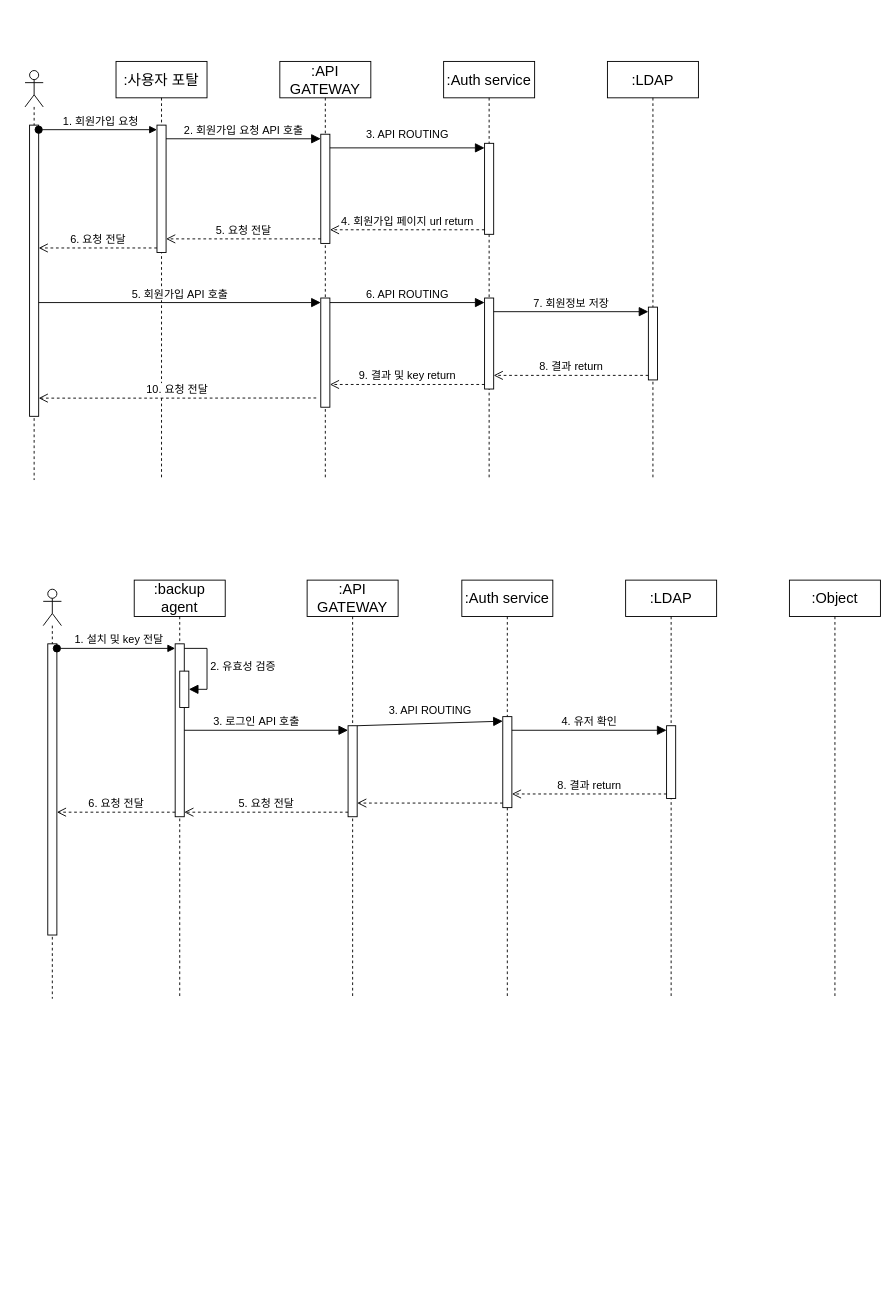
Before: 제목 없는 다이어그램.drawio in HeyItsSPOON/Storage, a draw.io diagram. Source tidied: cells renumbered, new cells numbered last; positions are measured from the earlier drawing's top-left corner, leaving out a move shared by most shapes. Both pictures are drawn from the tidied source at 91%, with x=0, y=0 at pixel (25, 61).
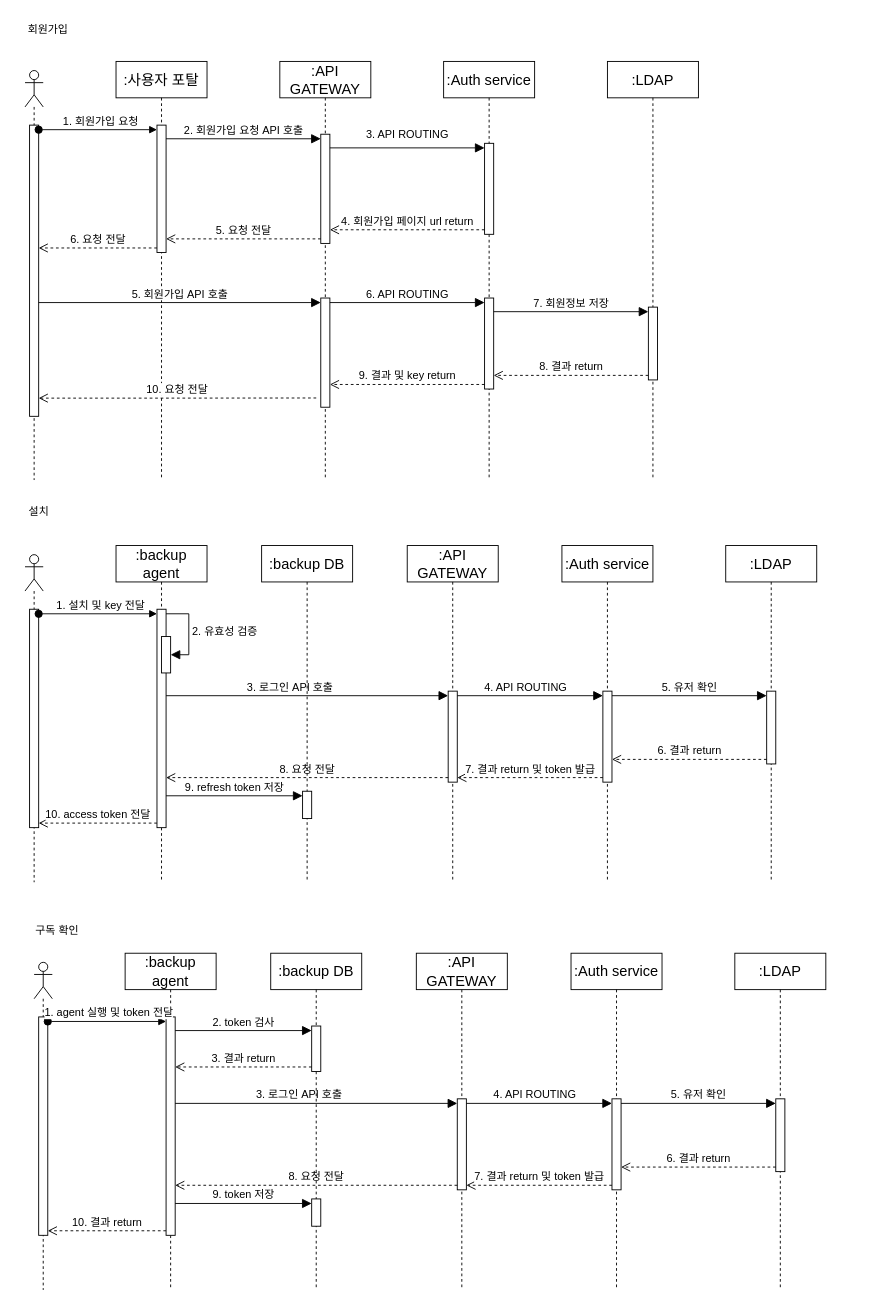
Above is the later version.

Commit message (it also covers changes not shown here):
제목 없는 다이어그램.drawio 업데이트

Unchanged cells that the change refers to:
```xml
<mxCell id="33" style="html=1;points=[[0,0,0,0,5],[0,1,0,0,-5],[1,0,0,0,5],[1,1,0,0,-5]];perimeter=orthogonalPerimeter;outlineConnect=0;targetShapes=umlLifeline;portConstraint=eastwest;newEdgeStyle={&quot;curved&quot;:0,&quot;rounded&quot;:0};fontSize=16;" parent="32" vertex="1">
  <mxGeometry x="45" y="160" width="10" height="100" as="geometry" />
</mxCell>
<mxCell id="37" style="html=1;points=[[0,0,0,0,5],[0,1,0,0,-5],[1,0,0,0,5],[1,1,0,0,-5]];perimeter=orthogonalPerimeter;outlineConnect=0;targetShapes=umlLifeline;portConstraint=eastwest;newEdgeStyle={&quot;curved&quot;:0,&quot;rounded&quot;:0};fontSize=16;" parent="36" vertex="1">
  <mxGeometry x="45" y="160" width="10" height="80" as="geometry" />
</mxCell>
```

What changed in the source:
```diff
@@
     <mxCell id="26" style="shape=umlLifeline;perimeter=lifelinePerimeter;whiteSpace=wrap;html=1;newEdgeStyle={&quot;curved&quot;:0,&quot;rounded&quot;:0};participant=umlActor;fontSize=16;" parent="1" vertex="1">
-      <mxGeometry x="20" y="580" width="20" height="450" as="geometry" />
+      <mxGeometry y="542" width="20" height="360" as="geometry" />
     </mxCell>
     <mxCell id="27" style="html=1;points=[[0,0,0,0,5],[0,1,0,0,-5],[1,0,0,0,5],[1,1,0,0,-5]];perimeter=orthogonalPerimeter;outlineConnect=0;targetShapes=umlLifeline;portConstraint=eastwest;newEdgeStyle={&quot;curved&quot;:0,&quot;rounded&quot;:0};fontSize=16;" parent="26" vertex="1">
-      <mxGeometry x="5" y="60" width="10" height="320" as="geometry" />
+      <mxGeometry x="5" y="60" width="10" height="240" as="geometry" />
     </mxCell>
     <mxCell id="28" value=":backup agent" style="shape=umlLifeline;perimeter=lifelinePerimeter;whiteSpace=wrap;html=1;newEdgeStyle={&quot;curved&quot;:0,&quot;rounded&quot;:0};fontSize=16;" parent="1" vertex="1">
-      <mxGeometry x="120" y="570" width="100" height="460" as="geometry" />
+      <mxGeometry x="100" y="532" width="100" height="370" as="geometry" />
     </mxCell>
     <mxCell id="29" style="html=1;points=[[0,0,0,0,5],[0,1,0,0,-5],[1,0,0,0,5],[1,1,0,0,-5]];perimeter=orthogonalPerimeter;outlineConnect=0;targetShapes=umlLifeline;portConstraint=eastwest;newEdgeStyle={&quot;curved&quot;:0,&quot;rounded&quot;:0};fontSize=16;" parent="28" vertex="1">
-      <mxGeometry x="45" y="70" width="10" height="190" as="geometry" />
+      <mxGeometry x="45" y="70" width="10" height="240" as="geometry" />
     </mxCell>
@@
     <mxCell id="32" value=":API GATEWAY" style="shape=umlLifeline;perimeter=lifelinePerimeter;whiteSpace=wrap;html=1;newEdgeStyle={&quot;curved&quot;:0,&quot;rounded&quot;:0};fontSize=16;" parent="1" vertex="1">
-      <mxGeometry x="310" y="570" width="100" height="460" as="geometry" />
+      <mxGeometry x="420" y="532" width="100" height="370" as="geometry" />
     </mxCell>
@@
     <mxCell id="34" value=":Auth service" style="shape=umlLifeline;perimeter=lifelinePerimeter;whiteSpace=wrap;html=1;newEdgeStyle={&quot;curved&quot;:0,&quot;rounded&quot;:0};fontSize=16;" parent="1" vertex="1">
-      <mxGeometry x="480" y="570" width="100" height="460" as="geometry" />
+      <mxGeometry x="590" y="532" width="100" height="370" as="geometry" />
     </mxCell>
     <mxCell id="35" style="html=1;points=[[0,0,0,0,5],[0,1,0,0,-5],[1,0,0,0,5],[1,1,0,0,-5]];perimeter=orthogonalPerimeter;outlineConnect=0;targetShapes=umlLifeline;portConstraint=eastwest;newEdgeStyle={&quot;curved&quot;:0,&quot;rounded&quot;:0};fontSize=16;" parent="34" vertex="1">
-      <mxGeometry x="45" y="150" width="10" height="100" as="geometry" />
+      <mxGeometry x="45" y="160" width="10" height="100" as="geometry" />
     </mxCell>
     <mxCell id="36" value=":LDAP" style="shape=umlLifeline;perimeter=lifelinePerimeter;whiteSpace=wrap;html=1;newEdgeStyle={&quot;curved&quot;:0,&quot;rounded&quot;:0};fontSize=16;" parent="1" vertex="1">
-      <mxGeometry x="660" y="570" width="100" height="460" as="geometry" />
+      <mxGeometry x="770" y="532" width="100" height="370" as="geometry" />
     </mxCell>
@@
-    <mxCell id="40" value="3. API ROUTING" style="html=1;verticalAlign=bottom;endArrow=block;curved=0;rounded=0;entryX=0;entryY=0;entryDx=0;entryDy=5;fontSize=12;startSize=8;endSize=8;" parent="1" edge="1" source="33" target="35">
-      <mxGeometry y="5" relative="1" as="geometry" />
+    <mxCell id="40" value="4. API ROUTING" style="html=1;verticalAlign=bottom;endArrow=block;curved=0;rounded=0;entryX=0;entryY=0;entryDx=0;entryDy=5;fontSize=12;startSize=8;endSize=8;" parent="1" edge="1" source="33" target="35">
+      <mxGeometry x="-0.06" relative="1" as="geometry" />
     </mxCell>
-    <mxCell id="41" value="4. 유저 확인" style="html=1;verticalAlign=bottom;endArrow=block;curved=0;rounded=0;entryX=0;entryY=0;entryDx=0;entryDy=5;fontSize=12;startSize=8;endSize=8;" parent="1" edge="1" target="37">
+    <mxCell id="41" value="5. 유저 확인" style="html=1;verticalAlign=bottom;endArrow=block;curved=0;rounded=0;entryX=0;entryY=0;entryDx=0;entryDy=5;fontSize=12;startSize=8;endSize=8;" parent="1" edge="1" target="37">
       <mxGeometry relative="1" as="geometry">
-        <mxPoint x="535" y="735" as="sourcePoint" />
+        <mxPoint x="645" y="697" as="sourcePoint" />
       </mxGeometry>
     </mxCell>
-    <mxCell id="42" value="5. 요청 전달" style="html=1;verticalAlign=bottom;endArrow=open;dashed=1;endSize=8;curved=0;rounded=0;fontSize=12;exitX=0;exitY=1;exitDx=0;exitDy=-5;exitPerimeter=0;" parent="1" edge="1" source="33" target="29">
+    <mxCell id="42" value="8. 요청 전달" style="html=1;verticalAlign=bottom;endArrow=open;dashed=1;endSize=8;curved=0;rounded=0;fontSize=12;exitX=0;exitY=1;exitDx=0;exitDy=-5;exitPerimeter=0;" parent="1" edge="1" source="33" target="29">
       <mxGeometry relative="1" as="geometry" />
     </mxCell>
-    <mxCell id="43" value="6. 요청 전달" style="html=1;verticalAlign=bottom;endArrow=open;dashed=1;endSize=8;curved=0;rounded=0;fontSize=12;exitX=0;exitY=1;exitDx=0;exitDy=-5;exitPerimeter=0;" parent="1" edge="1" source="29" target="27">
+    <mxCell id="43" value="10. access token 전달" style="html=1;verticalAlign=bottom;endArrow=open;dashed=1;endSize=8;curved=0;rounded=0;fontSize=12;exitX=0;exitY=1;exitDx=0;exitDy=-5;exitPerimeter=0;" parent="1" edge="1" source="29" target="27">
       <mxGeometry relative="1" as="geometry" />
     </mxCell>
+    <mxCell id="45" value="6. 결과 return" style="html=1;verticalAlign=bottom;endArrow=open;dashed=1;endSize=8;curved=0;rounded=0;fontSize=12;exitX=0;exitY=1;exitDx=0;exitDy=-5;exitPerimeter=0;" parent="1" edge="1" source="37" target="35">
+      <mxGeometry relative="1" as="geometry" />
+    </mxCell>
-    <mxCell id="44" style="html=1;verticalAlign=bottom;endArrow=open;dashed=1;endSize=8;curved=0;rounded=0;fontSize=12;exitX=0;exitY=1;exitDx=0;exitDy=-5;exitPerimeter=0;" parent="1" edge="1" source="35" target="33">
+    <mxCell id="44" value="7. 결과 return 및 token 발급" style="html=1;verticalAlign=bottom;endArrow=open;dashed=1;endSize=8;curved=0;rounded=0;fontSize=12;exitX=0;exitY=1;exitDx=0;exitDy=-5;exitPerimeter=0;entryX=1;entryY=1;entryDx=0;entryDy=-5;entryPerimeter=0;" parent="1" edge="1" source="35" target="33">
       <mxGeometry relative="1" as="geometry" />
     </mxCell>
-    <mxCell id="45" value="8. 결과 return" style="html=1;verticalAlign=bottom;endArrow=open;dashed=1;endSize=8;curved=0;rounded=0;fontSize=12;exitX=0;exitY=1;exitDx=0;exitDy=-5;exitPerimeter=0;" parent="1" edge="1" source="37" target="35">
-      <mxGeometry relative="1" as="geometry" />
-    </mxCell>
-    <mxCell id="46" value=":Object" style="shape=umlLifeline;perimeter=lifelinePerimeter;whiteSpace=wrap;html=1;newEdgeStyle={&quot;curved&quot;:0,&quot;rounded&quot;:0};fontSize=16;" parent="1" vertex="1">
-      <mxGeometry x="840" y="570" width="100" height="460" as="geometry" />
-    </mxCell>
+    <mxCell id="47" value="회원가입" style="text;html=1;align=center;verticalAlign=middle;strokeColor=none;fillColor=none;" parent="1" vertex="1">
+      <mxGeometry x="-10" y="-50" width="70" height="30" as="geometry" />
+    </mxCell>
+    <mxCell id="48" value="설치" style="text;html=1;align=center;verticalAlign=middle;strokeColor=none;fillColor=none;" parent="1" vertex="1">
+      <mxGeometry x="-10" y="480" width="50" height="30" as="geometry" />
+    </mxCell>
+    <mxCell id="49" value="구독 확인" style="text;html=1;align=center;verticalAlign=middle;strokeColor=none;fillColor=none;" parent="1" vertex="1">
+      <mxGeometry y="940" width="70" height="30" as="geometry" />
+    </mxCell>
+    <mxCell id="50" value=":backup DB" style="shape=umlLifeline;perimeter=lifelinePerimeter;whiteSpace=wrap;html=1;newEdgeStyle={&quot;curved&quot;:0,&quot;rounded&quot;:0};fontSize=16;" parent="1" vertex="1">
+      <mxGeometry x="260" y="532" width="100" height="370" as="geometry" />
+    </mxCell>
+    <mxCell id="51" style="html=1;points=[[0,0,0,0,5],[0,1,0,0,-5],[1,0,0,0,5],[1,1,0,0,-5]];perimeter=orthogonalPerimeter;outlineConnect=0;targetShapes=umlLifeline;portConstraint=eastwest;newEdgeStyle={&quot;curved&quot;:0,&quot;rounded&quot;:0};fontSize=16;" parent="50" vertex="1">
+      <mxGeometry x="45" y="270" width="10" height="30" as="geometry" />
+    </mxCell>
+    <mxCell id="52" value="9. refresh token 저장" style="html=1;verticalAlign=bottom;endArrow=block;curved=0;rounded=0;entryX=0;entryY=0;entryDx=0;entryDy=5;fontSize=12;startSize=8;endSize=8;entryPerimeter=0;" parent="1" edge="1" source="29" target="51">
+      <mxGeometry relative="1" as="geometry" />
+    </mxCell>
+    <mxCell id="53" style="shape=umlLifeline;perimeter=lifelinePerimeter;whiteSpace=wrap;html=1;newEdgeStyle={&quot;curved&quot;:0,&quot;rounded&quot;:0};participant=umlActor;fontSize=16;" parent="1" vertex="1">
+      <mxGeometry x="10" y="990" width="20" height="360" as="geometry" />
+    </mxCell>
+    <mxCell id="54" style="html=1;points=[[0,0,0,0,5],[0,1,0,0,-5],[1,0,0,0,5],[1,1,0,0,-5]];perimeter=orthogonalPerimeter;outlineConnect=0;targetShapes=umlLifeline;portConstraint=eastwest;newEdgeStyle={&quot;curved&quot;:0,&quot;rounded&quot;:0};fontSize=16;" parent="53" vertex="1">
+      <mxGeometry x="5" y="60" width="10" height="240" as="geometry" />
+    </mxCell>
+    <mxCell id="55" value=":backup agent" style="shape=umlLifeline;perimeter=lifelinePerimeter;whiteSpace=wrap;html=1;newEdgeStyle={&quot;curved&quot;:0,&quot;rounded&quot;:0};fontSize=16;" parent="1" vertex="1">
+      <mxGeometry x="110" y="980" width="100" height="370" as="geometry" />
+    </mxCell>
+    <mxCell id="56" style="html=1;points=[[0,0,0,0,5],[0,1,0,0,-5],[1,0,0,0,5],[1,1,0,0,-5]];perimeter=orthogonalPerimeter;outlineConnect=0;targetShapes=umlLifeline;portConstraint=eastwest;newEdgeStyle={&quot;curved&quot;:0,&quot;rounded&quot;:0};fontSize=16;" parent="55" vertex="1">
+      <mxGeometry x="45" y="70" width="10" height="240" as="geometry" />
+    </mxCell>
+    <mxCell id="57" value=":API GATEWAY" style="shape=umlLifeline;perimeter=lifelinePerimeter;whiteSpace=wrap;html=1;newEdgeStyle={&quot;curved&quot;:0,&quot;rounded&quot;:0};fontSize=16;" parent="1" vertex="1">
+      <mxGeometry x="430" y="980" width="100" height="370" as="geometry" />
+    </mxCell>
+    <mxCell id="58" style="html=1;points=[[0,0,0,0,5],[0,1,0,0,-5],[1,0,0,0,5],[1,1,0,0,-5]];perimeter=orthogonalPerimeter;outlineConnect=0;targetShapes=umlLifeline;portConstraint=eastwest;newEdgeStyle={&quot;curved&quot;:0,&quot;rounded&quot;:0};fontSize=16;" parent="57" vertex="1">
+      <mxGeometry x="45" y="160" width="10" height="100" as="geometry" />
+    </mxCell>
+    <mxCell id="59" value=":Auth service" style="shape=umlLifeline;perimeter=lifelinePerimeter;whiteSpace=wrap;html=1;newEdgeStyle={&quot;curved&quot;:0,&quot;rounded&quot;:0};fontSize=16;" parent="1" vertex="1">
+      <mxGeometry x="600" y="980" width="100" height="370" as="geometry" />
+    </mxCell>
+    <mxCell id="60" style="html=1;points=[[0,0,0,0,5],[0,1,0,0,-5],[1,0,0,0,5],[1,1,0,0,-5]];perimeter=orthogonalPerimeter;outlineConnect=0;targetShapes=umlLifeline;portConstraint=eastwest;newEdgeStyle={&quot;curved&quot;:0,&quot;rounded&quot;:0};fontSize=16;" parent="59" vertex="1">
+      <mxGeometry x="45" y="160" width="10" height="100" as="geometry" />
+    </mxCell>
+    <mxCell id="61" value=":LDAP" style="shape=umlLifeline;perimeter=lifelinePerimeter;whiteSpace=wrap;html=1;newEdgeStyle={&quot;curved&quot;:0,&quot;rounded&quot;:0};fontSize=16;" parent="1" vertex="1">
+      <mxGeometry x="780" y="980" width="100" height="370" as="geometry" />
+    </mxCell>
+    <mxCell id="62" style="html=1;points=[[0,0,0,0,5],[0,1,0,0,-5],[1,0,0,0,5],[1,1,0,0,-5]];perimeter=orthogonalPerimeter;outlineConnect=0;targetShapes=umlLifeline;portConstraint=eastwest;newEdgeStyle={&quot;curved&quot;:0,&quot;rounded&quot;:0};fontSize=16;" parent="61" vertex="1">
+      <mxGeometry x="45" y="160" width="10" height="80" as="geometry" />
+    </mxCell>
+    <mxCell id="63" value="1. agent 실행 및 token 전달" style="html=1;verticalAlign=bottom;startArrow=oval;endArrow=block;startSize=8;curved=0;rounded=0;fontSize=12;exitX=1;exitY=0;exitDx=0;exitDy=5;exitPerimeter=0;entryX=0;entryY=0;entryDx=0;entryDy=5;entryPerimeter=0;" parent="1" edge="1" source="54" target="56">
+      <mxGeometry x="0.03" relative="1" as="geometry" />
+    </mxCell>
+    <mxCell id="64" value="3. 로그인 API 호출" style="html=1;verticalAlign=bottom;endArrow=block;curved=0;rounded=0;fontSize=12;startSize=8;endSize=8;entryX=0;entryY=0;entryDx=0;entryDy=5;entryPerimeter=0;" parent="1" edge="1" source="56" target="58">
+      <mxGeometry x="-0.12" relative="1" as="geometry" />
+    </mxCell>
+    <mxCell id="65" value="4. API ROUTING" style="html=1;verticalAlign=bottom;endArrow=block;curved=0;rounded=0;entryX=0;entryY=0;entryDx=0;entryDy=5;fontSize=12;startSize=8;endSize=8;" parent="1" edge="1" source="58" target="60">
+      <mxGeometry x="-0.06" relative="1" as="geometry" />
+    </mxCell>
+    <mxCell id="66" value="5. 유저 확인" style="html=1;verticalAlign=bottom;endArrow=block;curved=0;rounded=0;entryX=0;entryY=0;entryDx=0;entryDy=5;fontSize=12;startSize=8;endSize=8;" parent="1" edge="1" target="62">
+      <mxGeometry relative="1" as="geometry">
+        <mxPoint x="655" y="1145" as="sourcePoint" />
+      </mxGeometry>
+    </mxCell>
+    <mxCell id="67" value="8. 요청 전달" style="html=1;verticalAlign=bottom;endArrow=open;dashed=1;endSize=8;curved=0;rounded=0;fontSize=12;exitX=0;exitY=1;exitDx=0;exitDy=-5;exitPerimeter=0;" parent="1" edge="1" source="58" target="56">
+      <mxGeometry relative="1" as="geometry" />
+    </mxCell>
+    <mxCell id="68" value="10. 결과 return" style="html=1;verticalAlign=bottom;endArrow=open;dashed=1;endSize=8;curved=0;rounded=0;fontSize=12;exitX=0;exitY=1;exitDx=0;exitDy=-5;exitPerimeter=0;" parent="1" edge="1" source="56" target="54">
+      <mxGeometry relative="1" as="geometry" />
+    </mxCell>
+    <mxCell id="69" value="6. 결과 return" style="html=1;verticalAlign=bottom;endArrow=open;dashed=1;endSize=8;curved=0;rounded=0;fontSize=12;exitX=0;exitY=1;exitDx=0;exitDy=-5;exitPerimeter=0;" parent="1" edge="1" source="62" target="60">
+      <mxGeometry relative="1" as="geometry" />
+    </mxCell>
+    <mxCell id="70" value="7. 결과 return 및 token 발급" style="html=1;verticalAlign=bottom;endArrow=open;dashed=1;endSize=8;curved=0;rounded=0;fontSize=12;exitX=0;exitY=1;exitDx=0;exitDy=-5;exitPerimeter=0;entryX=1;entryY=1;entryDx=0;entryDy=-5;entryPerimeter=0;" parent="1" edge="1" source="60" target="58">
+      <mxGeometry relative="1" as="geometry" />
+    </mxCell>
+    <mxCell id="71" value=":backup DB" style="shape=umlLifeline;perimeter=lifelinePerimeter;whiteSpace=wrap;html=1;newEdgeStyle={&quot;curved&quot;:0,&quot;rounded&quot;:0};fontSize=16;" parent="1" vertex="1">
+      <mxGeometry x="270" y="980" width="100" height="370" as="geometry" />
+    </mxCell>
+    <mxCell id="72" style="html=1;points=[[0,0,0,0,5],[0,1,0,0,-5],[1,0,0,0,5],[1,1,0,0,-5]];perimeter=orthogonalPerimeter;outlineConnect=0;targetShapes=umlLifeline;portConstraint=eastwest;newEdgeStyle={&quot;curved&quot;:0,&quot;rounded&quot;:0};fontSize=16;" parent="71" vertex="1">
+      <mxGeometry x="45" y="270" width="10" height="30" as="geometry" />
+    </mxCell>
+    <mxCell id="73" style="html=1;points=[[0,0,0,0,5],[0,1,0,0,-5],[1,0,0,0,5],[1,1,0,0,-5]];perimeter=orthogonalPerimeter;outlineConnect=0;targetShapes=umlLifeline;portConstraint=eastwest;newEdgeStyle={&quot;curved&quot;:0,&quot;rounded&quot;:0};fontSize=16;" parent="71" vertex="1">
+      <mxGeometry x="45" y="80" width="10" height="50" as="geometry" />
+    </mxCell>
+    <mxCell id="74" value="9. token 저장" style="html=1;verticalAlign=bottom;endArrow=block;curved=0;rounded=0;entryX=0;entryY=0;entryDx=0;entryDy=5;fontSize=12;startSize=8;endSize=8;entryPerimeter=0;" parent="1" edge="1" source="56" target="72">
+      <mxGeometry relative="1" as="geometry" />
+    </mxCell>
+    <mxCell id="75" value="2. token 검사" style="html=1;verticalAlign=bottom;endArrow=block;curved=0;rounded=0;entryX=0;entryY=0;entryDx=0;entryDy=5;fontSize=12;startSize=8;endSize=8;entryPerimeter=0;" parent="1" edge="1" source="56" target="73">
+      <mxGeometry relative="1" as="geometry" />
+    </mxCell>
+    <mxCell id="76" value="3. 결과 return" style="html=1;verticalAlign=bottom;endArrow=open;dashed=1;endSize=8;curved=0;rounded=0;fontSize=12;exitX=0;exitY=1;exitDx=0;exitDy=-5;exitPerimeter=0;" parent="1" edge="1" source="73" target="56">
+      <mxGeometry relative="1" as="geometry" />
+    </mxCell>
```
